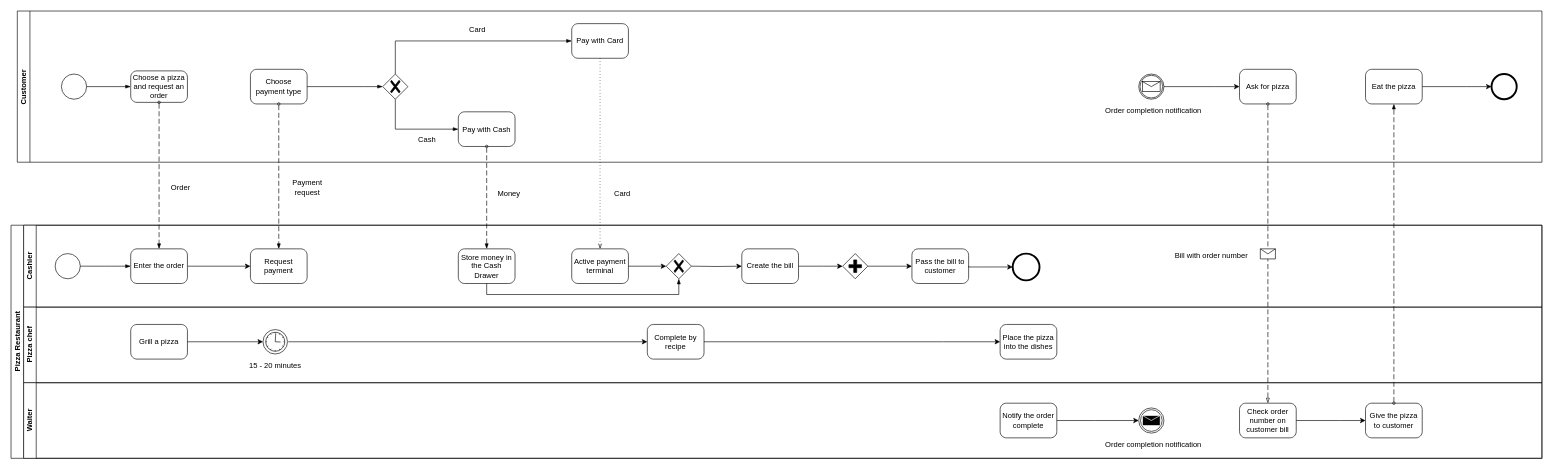
This is BPMN.drawio from NightFury712/Test, a draw.io file, before an edit. Source tidied: cells renumbered, new cells numbered last; positions are measured from the earlier drawing's top-left corner, leaving out a move shared by most shapes. Both pictures are drawn from the tidied source at 63%, with x=0, y=0 at pixel (11, 11).
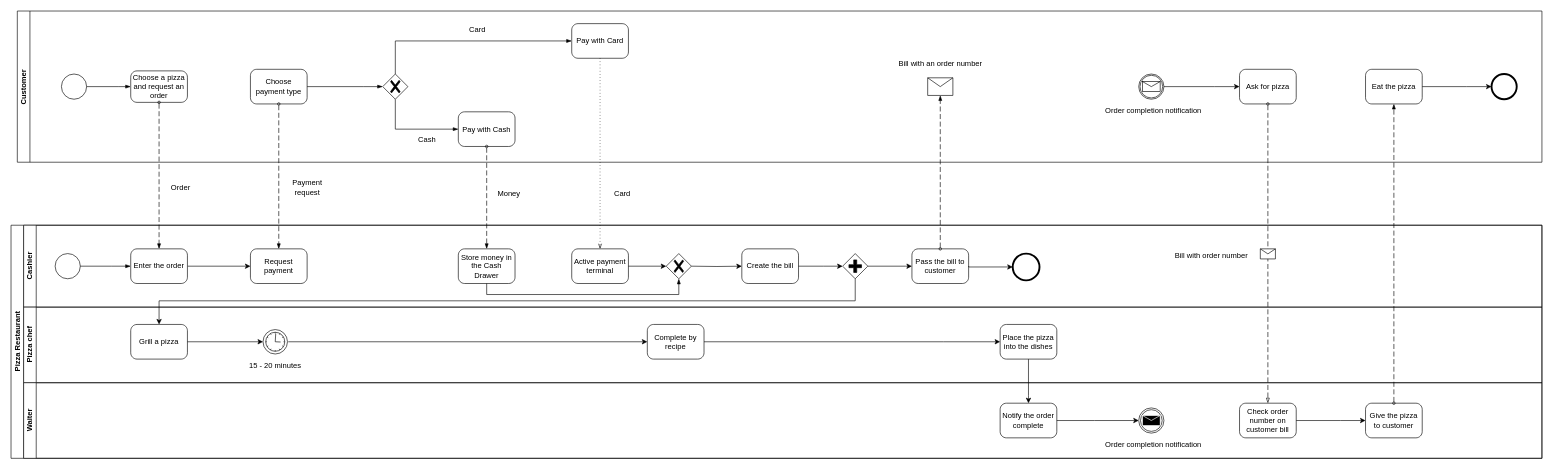
The same diagram, later.

The change refers to these unchanged cells:
```xml
<mxCell id="2" value="Pizza Restaurant" style="swimlane;html=1;horizontal=0;startSize=20;" parent="1" vertex="1">
  <mxGeometry y="340" width="2430" height="370" as="geometry" />
</mxCell>
<mxCell id="14" value="Pass the bill to customer" style="points=[[0.25,0,0],[0.5,0,0],[0.75,0,0],[1,0.25,0],[1,0.5,0],[1,0.75,0],[0.75,1,0],[0.5,1,0],[0.25,1,0],[0,0.75,0],[0,0.5,0],[0,0.25,0]];shape=mxgraph.bpmn.task;whiteSpace=wrap;rectStyle=rounded;size=10;taskMarker=abstract;" parent="3" vertex="1">
  <mxGeometry x="1410" y="37.5" width="90" height="55" as="geometry" />
</mxCell>
<mxCell id="16" style="points=[[0.25,0.25,0],[0.5,0,0],[0.75,0.25,0],[1,0.5,0],[0.75,0.75,0],[0.5,1,0],[0.25,0.75,0],[0,0.5,0]];shape=mxgraph.bpmn.gateway2;html=1;verticalLabelPosition=bottom;labelBackgroundColor=#ffffff;verticalAlign=top;align=center;perimeter=rhombusPerimeter;outlineConnect=0;outline=none;symbol=none;gwType=parallel;" parent="3" vertex="1">
  <mxGeometry x="1300" y="45" width="40" height="40" as="geometry" />
</mxCell>
<mxCell id="23" value="Grill a pizza" style="points=[[0.25,0,0],[0.5,0,0],[0.75,0,0],[1,0.25,0],[1,0.5,0],[1,0.75,0],[0.75,1,0],[0.5,1,0],[0.25,1,0],[0,0.75,0],[0,0.5,0],[0,0.25,0]];shape=mxgraph.bpmn.task;whiteSpace=wrap;rectStyle=rounded;size=10;taskMarker=abstract;" parent="22" vertex="1">
  <mxGeometry x="170" y="27.5" width="90" height="55" as="geometry" />
</mxCell>
<mxCell id="28" value="Place the pizza into the dishes" style="points=[[0.25,0,0],[0.5,0,0],[0.75,0,0],[1,0.25,0],[1,0.5,0],[1,0.75,0],[0.75,1,0],[0.5,1,0],[0.25,1,0],[0,0.75,0],[0,0.5,0],[0,0.25,0]];shape=mxgraph.bpmn.task;whiteSpace=wrap;rectStyle=rounded;size=10;taskMarker=abstract;" parent="22" vertex="1">
  <mxGeometry x="1550" y="27.5" width="90" height="55" as="geometry" />
</mxCell>
<mxCell id="32" value="Notify the order complete" style="points=[[0.25,0,0],[0.5,0,0],[0.75,0,0],[1,0.25,0],[1,0.5,0],[1,0.75,0],[0.75,1,0],[0.5,1,0],[0.25,1,0],[0,0.75,0],[0,0.5,0],[0,0.25,0]];shape=mxgraph.bpmn.task;whiteSpace=wrap;rectStyle=rounded;size=10;taskMarker=abstract;" parent="31" vertex="1">
  <mxGeometry x="1550" y="32.5" width="90" height="55" as="geometry" />
</mxCell>
<mxCell id="39" value="Customer" style="swimlane;startSize=20;horizontal=0;" parent="1" vertex="1">
  <mxGeometry x="10" width="2420" height="240" as="geometry" />
</mxCell>
```

What changed in the source:
```diff
@@
+    <mxCell id="71" style="endArrow=classic;html=1;rounded=0;exitX=0.5;exitY=1;exitDx=0;exitDy=0;exitPerimeter=0;entryX=0.5;entryY=0;entryDx=0;entryDy=0;entryPerimeter=0;" parent="2" edge="1" source="16" target="23">
+      <mxGeometry relative="1" as="geometry">
+        <Array as="points">
+          <mxPoint x="1340" y="120" />
+          <mxPoint x="235" y="120" />
+        </Array>
+      </mxGeometry>
+    </mxCell>
+    <mxCell id="72" style="edgeStyle=orthogonalEdgeStyle;rounded=0;jettySize=auto;html=1;exitX=0.5;exitY=1;exitDx=0;exitDy=0;exitPerimeter=0;" parent="2" edge="1" source="28" target="32">
+      <mxGeometry relative="1" as="geometry">
+        <Array as="points">
+          <mxPoint x="1615" y="270" />
+          <mxPoint x="1615" y="270" />
+        </Array>
+      </mxGeometry>
+    </mxCell>
@@
+    <mxCell id="73" style="shape=message;html=1;outlineConnect=0;labelPosition=left;verticalLabelPosition=middle;align=right;verticalAlign=middle;spacingRight=5;labelBackgroundColor=#ffffff;" parent="39" vertex="1">
+      <mxGeometry x="1445" y="106" width="40" height="28" as="geometry" />
+    </mxCell>
+    <mxCell id="74" value="Bill with an order number" style="text;html=1;align=center;verticalAlign=middle;strokeColor=none;fillColor=none;" parent="39" vertex="1">
+      <mxGeometry x="1390" y="72.5" width="150" height="20" as="geometry" />
+    </mxCell>
@@
+    <mxCell id="75" style="dashed=1;dashPattern=8 4;endArrow=blockThin;endFill=1;startArrow=oval;startFill=0;endSize=6;startSize=4;rounded=0;exitX=0.5;exitY=0;exitDx=0;exitDy=0;exitPerimeter=0;" parent="1" edge="1" source="14" target="73">
+      <mxGeometry relative="1" as="geometry" />
+    </mxCell>
```
